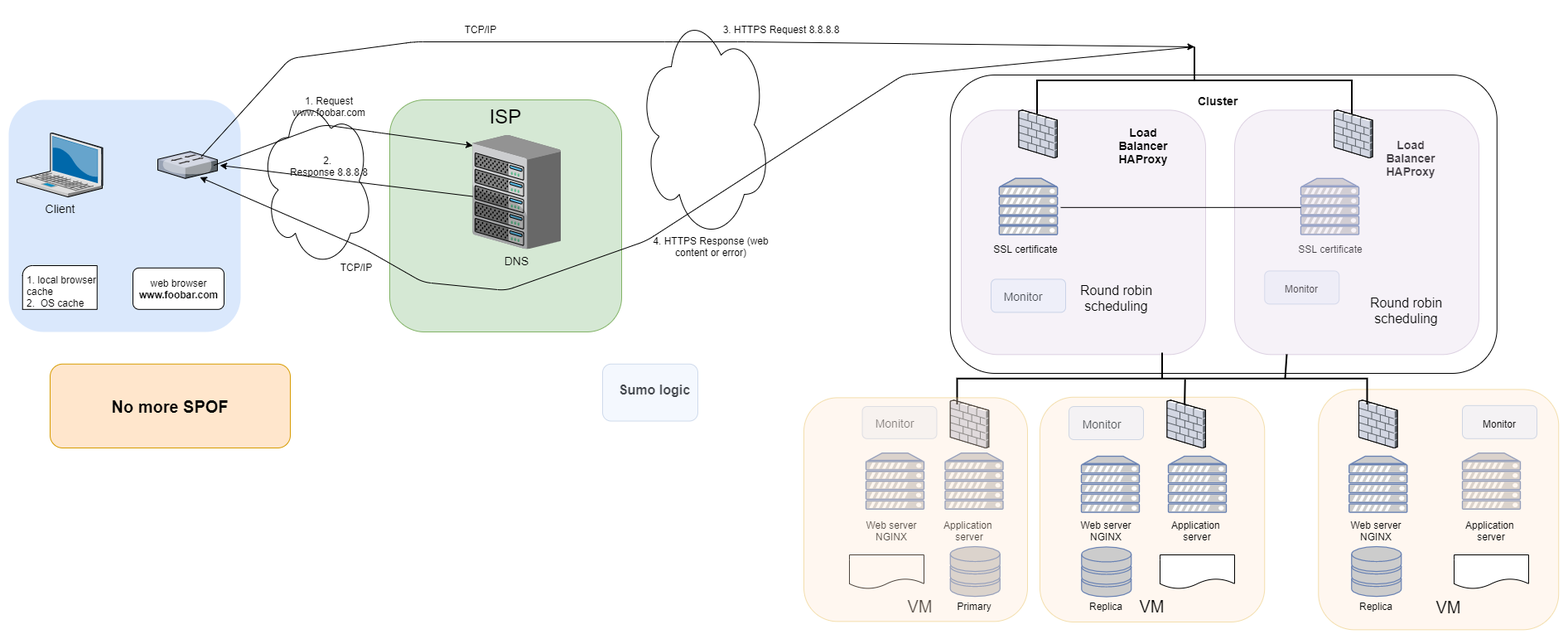
The draw.io diagram 0x09-web_infrastructure_design/images/3-scale_up.png in huy75/holberton-system_engineering-devops, before a commit. Source tidied: cells renumbered, new cells last; positions are measured from the earlier drawing's top-left corner, leaving out a move shared by most shapes.
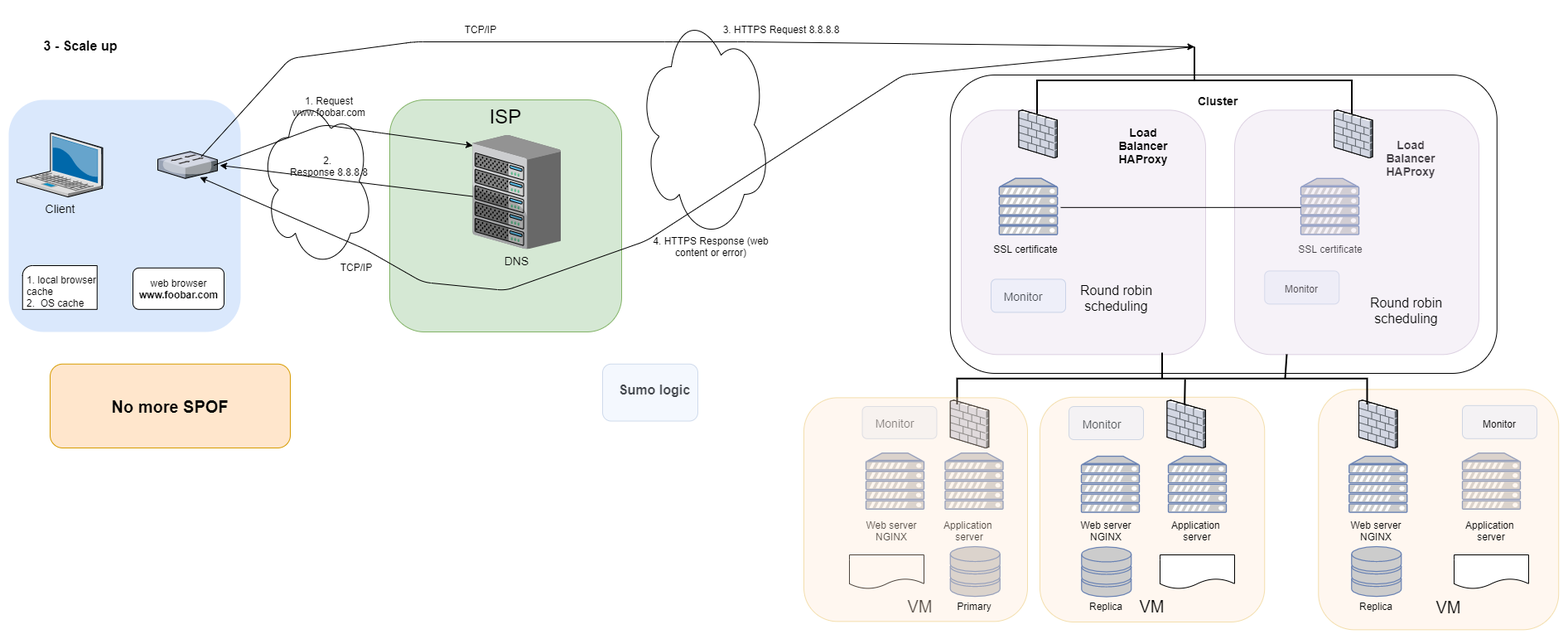
The same diagram one commit later.

What changed in the source:
```diff
@@ -276,5 +276,8 @@
     <mxCell id="85" value="Replica" style="text;html=1;strokeColor=none;fillColor=none;align=center;verticalAlign=middle;whiteSpace=wrap;rounded=0;" parent="1" vertex="1">
       <mxGeometry x="1606.2" y="815.2" width="90" height="20" as="geometry" />
     </mxCell>
+    <mxCell id="86" value="&lt;font style=&quot;font-size: 16px&quot;&gt;&lt;b&gt;3 - Scale up&lt;/b&gt;&lt;/font&gt;" style="text;html=1;strokeColor=none;fillColor=none;align=center;verticalAlign=middle;whiteSpace=wrap;rounded=0;" parent="1" vertex="1">
+      <mxGeometry x="16.7" y="139" width="140" height="20" as="geometry" />
+    </mxCell>
   </root>
 </mxGraphModel>
```
